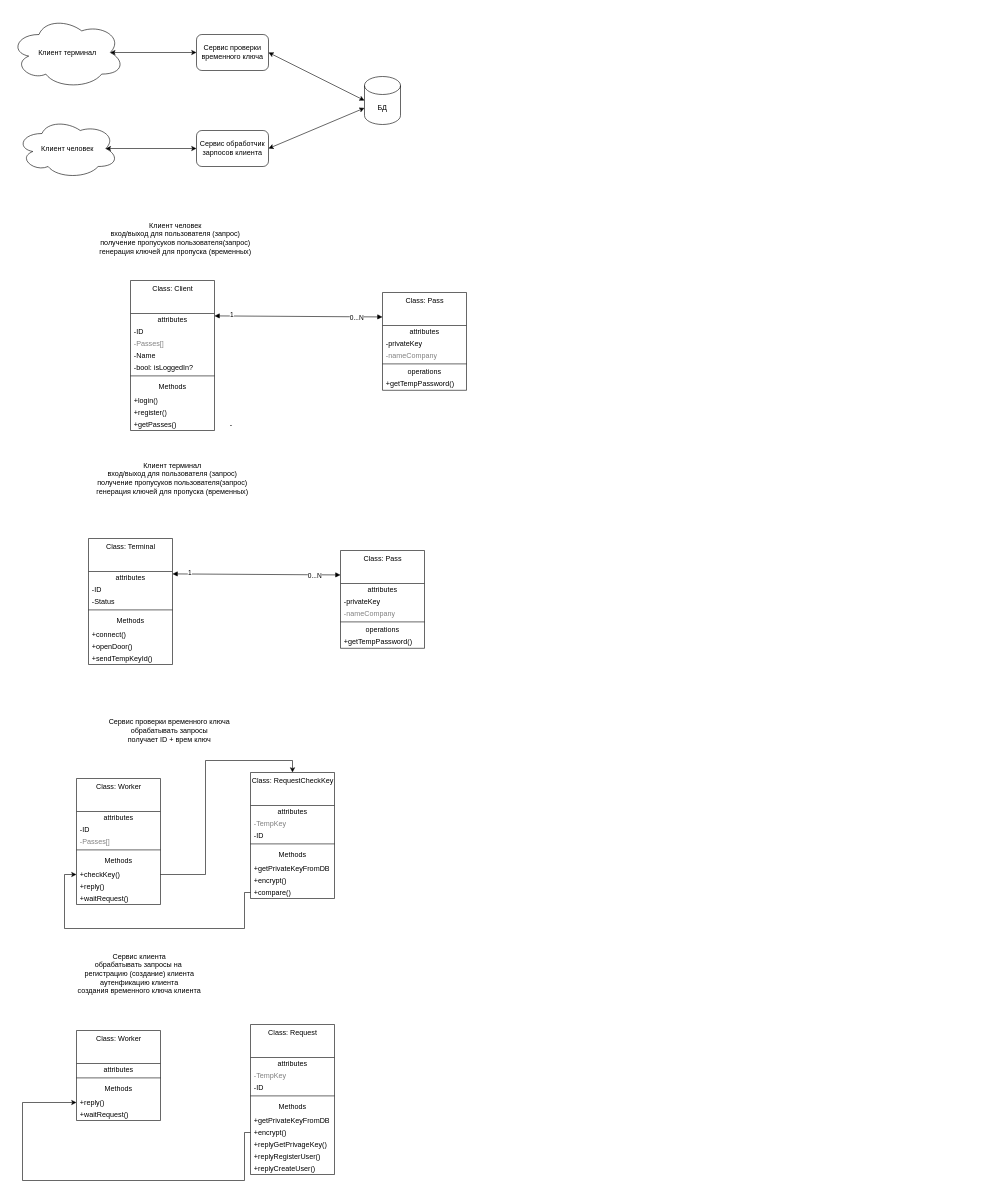
Before: UML.drawio in Mon-Keys/MonKeys, a draw.io diagram. Source tidied: cells renumbered, new cells numbered last; positions are measured from the earlier drawing's top-left corner, leaving out a move shared by most shapes. Both pictures are drawn from the tidied source at 60%, with x=0, y=0 at pixel (10, 16).
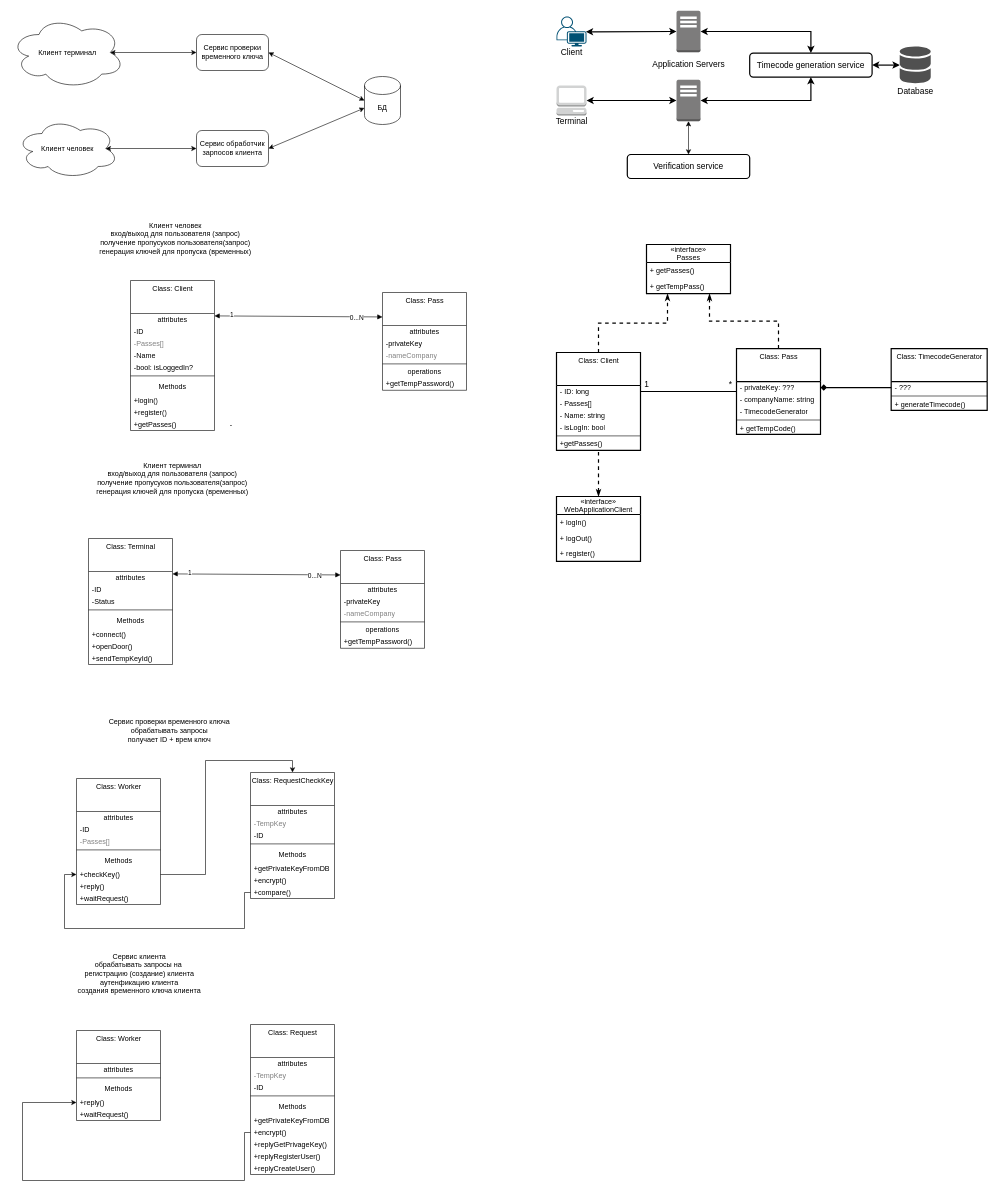
The same page after the edit.

Commit message:
changed the UML diagram

Change to the diagram source:
```diff
@@
+    <mxCell id="94" style="edgeStyle=orthogonalEdgeStyle;rounded=0;jettySize=auto;html=1;exitX=0.98;exitY=0.51;exitDx=0;exitDy=0;exitPerimeter=0;startArrow=classic;startFill=1;strokeWidth=2;" parent="1" edge="1" source="95">
+      <mxGeometry relative="1" as="geometry">
+        <mxPoint x="1110" y="25" as="targetPoint" />
+      </mxGeometry>
+    </mxCell>
+    <mxCell id="95" style="points=[[0.35,0,0],[0.98,0.51,0],[1,0.71,0],[0.67,1,0],[0,0.795,0],[0,0.65,0]];verticalLabelPosition=bottom;html=1;verticalAlign=top;align=center;shape=mxgraph.cisco19.user;fillColor=#005073;strokeColor=none;" parent="1" vertex="1">
+      <mxGeometry x="910" width="50" height="50" as="geometry" />
+    </mxCell>
+    <mxCell id="96" style="edgeStyle=orthogonalEdgeStyle;rounded=0;jettySize=auto;html=1;exitX=1;exitY=0.5;exitDx=0;exitDy=0;exitPerimeter=0;startArrow=classic;startFill=1;strokeWidth=2;" parent="1" edge="1" source="97">
+      <mxGeometry relative="1" as="geometry">
+        <mxPoint x="1110" y="140" as="targetPoint" />
+      </mxGeometry>
+    </mxCell>
+    <mxCell id="97" style="outlineConnect=0;dashed=0;verticalLabelPosition=bottom;verticalAlign=top;align=center;html=1;shape=mxgraph.aws3.management_console;fillColor=#D2D3D3;gradientColor=none;" parent="1" vertex="1">
+      <mxGeometry x="910" y="115" width="50" height="50" as="geometry" />
+    </mxCell>
+    <mxCell id="98" style="shadow=0;dashed=0;html=1;strokeColor=none;fillColor=#505050;labelPosition=center;verticalLabelPosition=bottom;verticalAlign=top;outlineConnect=0;align=center;shape=mxgraph.office.databases.database_mini_2;" parent="1" vertex="1">
+      <mxGeometry x="1482" y="50" width="51.7" height="62" as="geometry" />
+    </mxCell>
+    <mxCell id="99" style="edgeStyle=orthogonalEdgeStyle;rounded=0;jettySize=auto;html=1;exitX=1;exitY=0.5;exitDx=0;exitDy=0;startArrow=classic;startFill=1;strokeWidth=2;" parent="1" edge="1" source="102" target="98">
+      <mxGeometry relative="1" as="geometry" />
+    </mxCell>
+    <mxCell id="100" style="edgeStyle=orthogonalEdgeStyle;rounded=0;jettySize=auto;html=1;exitX=0.5;exitY=0;exitDx=0;exitDy=0;startArrow=classic;startFill=1;entryX=1;entryY=0.5;entryDx=0;entryDy=0;entryPerimeter=0;strokeWidth=2;" parent="1" edge="1" source="102" target="105">
+      <mxGeometry relative="1" as="geometry">
+        <Array as="points">
+          <mxPoint x="1334" y="25" />
+        </Array>
+      </mxGeometry>
+    </mxCell>
+    <mxCell id="101" style="edgeStyle=orthogonalEdgeStyle;rounded=0;jettySize=auto;html=1;exitX=0.5;exitY=1;exitDx=0;exitDy=0;entryX=1;entryY=0.5;entryDx=0;entryDy=0;entryPerimeter=0;startArrow=classic;startFill=1;strokeWidth=2;" parent="1" edge="1" source="102" target="106">
+      <mxGeometry relative="1" as="geometry" />
+    </mxCell>
+    <mxCell id="102" value="&lt;font style=&quot;font-size: 14px&quot;&gt;Timecode generation service&lt;/font&gt;" style="rounded=1;whiteSpace=wrap;html=1;strokeWidth=2;" parent="1" vertex="1">
+      <mxGeometry x="1232" y="61" width="204" height="40" as="geometry" />
+    </mxCell>
+    <mxCell id="103" style="edgeStyle=orthogonalEdgeStyle;rounded=0;jettySize=auto;html=1;exitX=0.5;exitY=0;exitDx=0;exitDy=0;startArrow=classic;startFill=1;entryX=0.5;entryY=1;entryDx=0;entryDy=0;entryPerimeter=0;" parent="1" edge="1" source="104" target="106">
+      <mxGeometry relative="1" as="geometry" />
+    </mxCell>
+    <mxCell id="104" value="&lt;font style=&quot;font-size: 14px&quot;&gt;Verification service&lt;/font&gt;" style="rounded=1;whiteSpace=wrap;html=1;strokeWidth=2;" parent="1" vertex="1">
+      <mxGeometry x="1028" y="230" width="204" height="40" as="geometry" />
+    </mxCell>
+    <mxCell id="105" style="outlineConnect=0;dashed=0;verticalLabelPosition=bottom;verticalAlign=top;align=center;html=1;shape=mxgraph.aws3.traditional_server;fillColor=#7D7C7C;gradientColor=none;" parent="1" vertex="1">
+      <mxGeometry x="1110" y="-9.5" width="40" height="69" as="geometry" />
+    </mxCell>
+    <mxCell id="106" style="outlineConnect=0;dashed=0;verticalLabelPosition=bottom;verticalAlign=top;align=center;html=1;shape=mxgraph.aws3.traditional_server;fillColor=#7D7C7C;gradientColor=none;" parent="1" vertex="1">
+      <mxGeometry x="1110" y="105.5" width="40" height="69" as="geometry" />
+    </mxCell>
+    <mxCell id="107" value="&lt;font style=&quot;font-size: 14px&quot;&gt;Application Servers&lt;/font&gt;" style="text;html=1;align=center;verticalAlign=middle;strokeColor=none;" parent="1" vertex="1">
+      <mxGeometry x="1060" y="70" width="140" height="20" as="geometry" />
+    </mxCell>
+    <mxCell id="108" value="&lt;font style=&quot;font-size: 14px&quot;&gt;Client&lt;/font&gt;" style="text;html=1;align=center;verticalAlign=middle;strokeColor=none;" parent="1" vertex="1">
+      <mxGeometry x="910" y="50" width="50" height="20" as="geometry" />
+    </mxCell>
+    <mxCell id="109" value="&lt;font style=&quot;font-size: 14px&quot;&gt;Terminal&lt;/font&gt;" style="text;html=1;align=center;verticalAlign=middle;strokeColor=none;" parent="1" vertex="1">
+      <mxGeometry x="900" y="165" width="70" height="20" as="geometry" />
+    </mxCell>
+    <mxCell id="110" value="&lt;font style=&quot;font-size: 14px&quot;&gt;Database&lt;/font&gt;" style="text;html=1;align=center;verticalAlign=middle;strokeColor=none;" parent="1" vertex="1">
+      <mxGeometry x="1467.8" y="115" width="80" height="20" as="geometry" />
+    </mxCell>
+    <mxCell id="111" style="edgeStyle=orthogonalEdgeStyle;rounded=0;jettySize=auto;html=1;exitX=0.5;exitY=0;exitDx=0;exitDy=0;startArrow=none;startFill=0;endArrow=classicThin;endFill=1;strokeWidth=2;entryX=0.25;entryY=1;entryDx=0;entryDy=0;dashed=1;" parent="1" edge="1" source="112" target="131">
+      <mxGeometry relative="1" as="geometry" />
+    </mxCell>
+    <mxCell id="112" value="Class: Client" style="swimlane;fontStyle=0;align=center;verticalAlign=top;horizontal=1;startSize=55;html=1;strokeWidth=2;" parent="1" vertex="1">
+      <mxGeometry x="910" y="560" width="140" height="163" as="geometry" />
+    </mxCell>
+    <mxCell id="113" value="- ID: long" style="text;html=1;strokeColor=none;fillColor=none;align=left;verticalAlign=middle;spacingLeft=4;spacingRight=4;overflow=hidden;points=[[0,0.5],[1,0.5]];portConstraint=eastwest;" parent="112" vertex="1">
+      <mxGeometry y="55" width="140" height="20" as="geometry" />
+    </mxCell>
+    <mxCell id="114" value="&lt;font color=&quot;#000000&quot;&gt;- Passes[]&lt;/font&gt;" style="text;html=1;strokeColor=none;fillColor=none;align=left;verticalAlign=middle;spacingLeft=4;spacingRight=4;overflow=hidden;fontColor=#808080;" parent="112" vertex="1">
+      <mxGeometry y="75" width="140" height="20" as="geometry" />
+    </mxCell>
+    <mxCell id="115" value="- Name: string" style="text;html=1;strokeColor=none;fillColor=none;align=left;verticalAlign=middle;spacingLeft=4;spacingRight=4;overflow=hidden;" parent="112" vertex="1">
+      <mxGeometry y="95" width="140" height="20" as="geometry" />
+    </mxCell>
+    <mxCell id="116" value="- isLogIn: bool" style="text;html=1;strokeColor=none;fillColor=none;align=left;verticalAlign=middle;spacingLeft=4;spacingRight=4;overflow=hidden;" parent="112" vertex="1">
+      <mxGeometry y="115" width="140" height="20" as="geometry" />
+    </mxCell>
+    <mxCell id="117" style="line;strokeWidth=1;fillColor=none;align=left;verticalAlign=middle;spacingTop=-1;spacingLeft=3;spacingRight=3;labelPosition=right;" parent="112" vertex="1">
+      <mxGeometry y="135" width="140" height="8" as="geometry" />
+    </mxCell>
+    <mxCell id="118" value="+getPasses()" style="text;html=1;strokeColor=none;fillColor=none;align=left;verticalAlign=middle;spacingLeft=4;spacingRight=4;overflow=hidden;" parent="112" vertex="1">
+      <mxGeometry y="143" width="140" height="20" as="geometry" />
+    </mxCell>
+    <mxCell id="119" style="edgeStyle=orthogonalEdgeStyle;rounded=0;jettySize=auto;html=1;exitX=0.5;exitY=0;exitDx=0;exitDy=0;entryX=0.75;entryY=1;entryDx=0;entryDy=0;startArrow=none;startFill=0;endArrow=classicThin;endFill=1;strokeWidth=2;dashed=1;" parent="1" edge="1" source="120" target="131">
+      <mxGeometry relative="1" as="geometry" />
+    </mxCell>
+    <mxCell id="120" value="Class: Pass" style="swimlane;fontStyle=0;align=center;verticalAlign=top;horizontal=1;startSize=55;html=1;strokeWidth=2;" parent="1" vertex="1">
+      <mxGeometry x="1210" y="553.5" width="140" height="143" as="geometry" />
+    </mxCell>
+    <mxCell id="121" value="- privateKey: ???" style="text;html=1;strokeColor=none;fillColor=none;align=left;verticalAlign=middle;spacingLeft=4;spacingRight=4;overflow=hidden;points=[[0,0.5],[1,0.5]];portConstraint=eastwest;" parent="120" vertex="1">
+      <mxGeometry y="55" width="140" height="20" as="geometry" />
+    </mxCell>
+    <mxCell id="122" value="&lt;font color=&quot;#000000&quot;&gt;- companyName: string&lt;/font&gt;" style="text;html=1;strokeColor=none;fillColor=none;align=left;verticalAlign=middle;spacingLeft=4;spacingRight=4;overflow=hidden;fontColor=#808080;" parent="120" vertex="1">
+      <mxGeometry y="75" width="140" height="20" as="geometry" />
+    </mxCell>
+    <mxCell id="123" value="&lt;font color=&quot;#000000&quot;&gt;- TimecodeGenerator&lt;/font&gt;" style="text;html=1;strokeColor=none;fillColor=none;align=left;verticalAlign=middle;spacingLeft=4;spacingRight=4;overflow=hidden;fontColor=#808080;" parent="120" vertex="1">
+      <mxGeometry y="95" width="140" height="20" as="geometry" />
+    </mxCell>
+    <mxCell id="124" style="line;strokeWidth=1;fillColor=none;align=left;verticalAlign=middle;spacingTop=-1;spacingLeft=3;spacingRight=3;labelPosition=right;" parent="120" vertex="1">
+      <mxGeometry y="115" width="140" height="8" as="geometry" />
+    </mxCell>
+    <mxCell id="125" value="+ getTempCode()" style="text;html=1;strokeColor=none;fillColor=none;align=left;verticalAlign=middle;spacingLeft=4;spacingRight=4;overflow=hidden;" parent="120" vertex="1">
+      <mxGeometry y="123" width="140" height="20" as="geometry" />
+    </mxCell>
+    <mxCell id="126" style="edgeStyle=orthogonalEdgeStyle;rounded=0;jettySize=auto;html=1;exitX=0.5;exitY=0;exitDx=0;exitDy=0;entryX=0.5;entryY=1;entryDx=0;entryDy=0;startArrow=classicThin;startFill=1;endArrow=none;endFill=0;strokeWidth=2;dashed=1;" parent="1" edge="1" source="127" target="112">
+      <mxGeometry relative="1" as="geometry" />
+    </mxCell>
+    <mxCell id="127" value="«interface»&#10;WebApplicationClient" style="swimlane;fontStyle=0;horizontal=1;startSize=30;fillColor=none;strokeWidth=2;" parent="1" vertex="1">
+      <mxGeometry x="910" y="800" width="140" height="108" as="geometry" />
+    </mxCell>
+    <mxCell id="128" value="+ logIn()" style="text;strokeColor=none;fillColor=none;align=left;verticalAlign=top;spacingLeft=4;spacingRight=4;overflow=hidden;" parent="127" vertex="1">
+      <mxGeometry y="30" width="140" height="26" as="geometry" />
+    </mxCell>
+    <mxCell id="129" value="+ logOut()" style="text;strokeColor=none;fillColor=none;align=left;verticalAlign=top;spacingLeft=4;spacingRight=4;overflow=hidden;" parent="127" vertex="1">
+      <mxGeometry y="56" width="140" height="26" as="geometry" />
+    </mxCell>
+    <mxCell id="130" value="+ register()" style="text;strokeColor=none;fillColor=none;align=left;verticalAlign=top;spacingLeft=4;spacingRight=4;overflow=hidden;" parent="127" vertex="1">
+      <mxGeometry y="82" width="140" height="26" as="geometry" />
+    </mxCell>
+    <mxCell id="131" value="«interface»&#10;Passes" style="swimlane;fontStyle=0;horizontal=1;startSize=30;fillColor=none;strokeWidth=2;" parent="1" vertex="1">
+      <mxGeometry x="1060" y="380" width="140" height="82" as="geometry" />
+    </mxCell>
+    <mxCell id="132" value="+ getPasses()" style="text;strokeColor=none;fillColor=none;align=left;verticalAlign=top;spacingLeft=4;spacingRight=4;overflow=hidden;" parent="131" vertex="1">
+      <mxGeometry y="30" width="140" height="26" as="geometry" />
+    </mxCell>
+    <mxCell id="133" value="+ getTempPass()" style="text;strokeColor=none;fillColor=none;align=left;verticalAlign=top;spacingLeft=4;spacingRight=4;overflow=hidden;" parent="131" vertex="1">
+      <mxGeometry y="56" width="140" height="26" as="geometry" />
+    </mxCell>
+    <mxCell id="134" value="Class: TimecodeGenerator" style="swimlane;fontStyle=0;align=center;verticalAlign=top;horizontal=1;startSize=55;html=1;strokeWidth=2;" parent="1" vertex="1">
+      <mxGeometry x="1467.8" y="553.5" width="160" height="103" as="geometry" />
+    </mxCell>
+    <mxCell id="135" value="- ???" style="text;html=1;strokeColor=none;fillColor=none;align=left;verticalAlign=middle;spacingLeft=4;spacingRight=4;overflow=hidden;points=[[0,0.5],[1,0.5]];portConstraint=eastwest;" parent="134" vertex="1">
+      <mxGeometry y="55" width="160" height="20" as="geometry" />
+    </mxCell>
+    <mxCell id="136" style="line;strokeWidth=1;fillColor=none;align=left;verticalAlign=middle;spacingTop=-1;spacingLeft=3;spacingRight=3;labelPosition=right;" parent="134" vertex="1">
+      <mxGeometry y="75" width="160" height="8" as="geometry" />
+    </mxCell>
+    <mxCell id="137" value="+ generateTimecode()" style="text;html=1;strokeColor=none;fillColor=none;align=left;verticalAlign=middle;spacingLeft=4;spacingRight=4;overflow=hidden;" parent="134" vertex="1">
+      <mxGeometry y="83" width="160" height="20" as="geometry" />
+    </mxCell>
+    <mxCell id="138" style="edgeStyle=orthogonalEdgeStyle;rounded=0;jettySize=auto;html=1;exitX=1;exitY=0.5;exitDx=0;exitDy=0;entryX=0;entryY=0.5;entryDx=0;entryDy=0;startArrow=none;startFill=0;strokeWidth=2;endArrow=none;endFill=0;" parent="1" edge="1" source="113" target="120">
+      <mxGeometry relative="1" as="geometry" />
+    </mxCell>
+    <mxCell id="139" value="&lt;font style=&quot;font-size: 14px&quot;&gt;1&lt;/font&gt;" style="text;html=1;align=center;verticalAlign=middle;strokeColor=none;" parent="1" vertex="1">
+      <mxGeometry x="1050" y="603" width="20" height="20" as="geometry" />
+    </mxCell>
+    <mxCell id="140" value="&lt;font style=&quot;font-size: 14px&quot;&gt;*&lt;/font&gt;" style="text;html=1;align=center;verticalAlign=middle;strokeColor=none;" parent="1" vertex="1">
+      <mxGeometry x="1190" y="603" width="20" height="20" as="geometry" />
+    </mxCell>
+    <mxCell id="141" style="edgeStyle=orthogonalEdgeStyle;rounded=0;jettySize=auto;html=1;exitX=1;exitY=0.5;exitDx=0;exitDy=0;entryX=0;entryY=0.5;entryDx=0;entryDy=0;startArrow=diamond;startFill=1;endArrow=none;endFill=0;strokeWidth=2;" parent="1" edge="1" source="121" target="135">
+      <mxGeometry relative="1" as="geometry" />
+    </mxCell>
```
